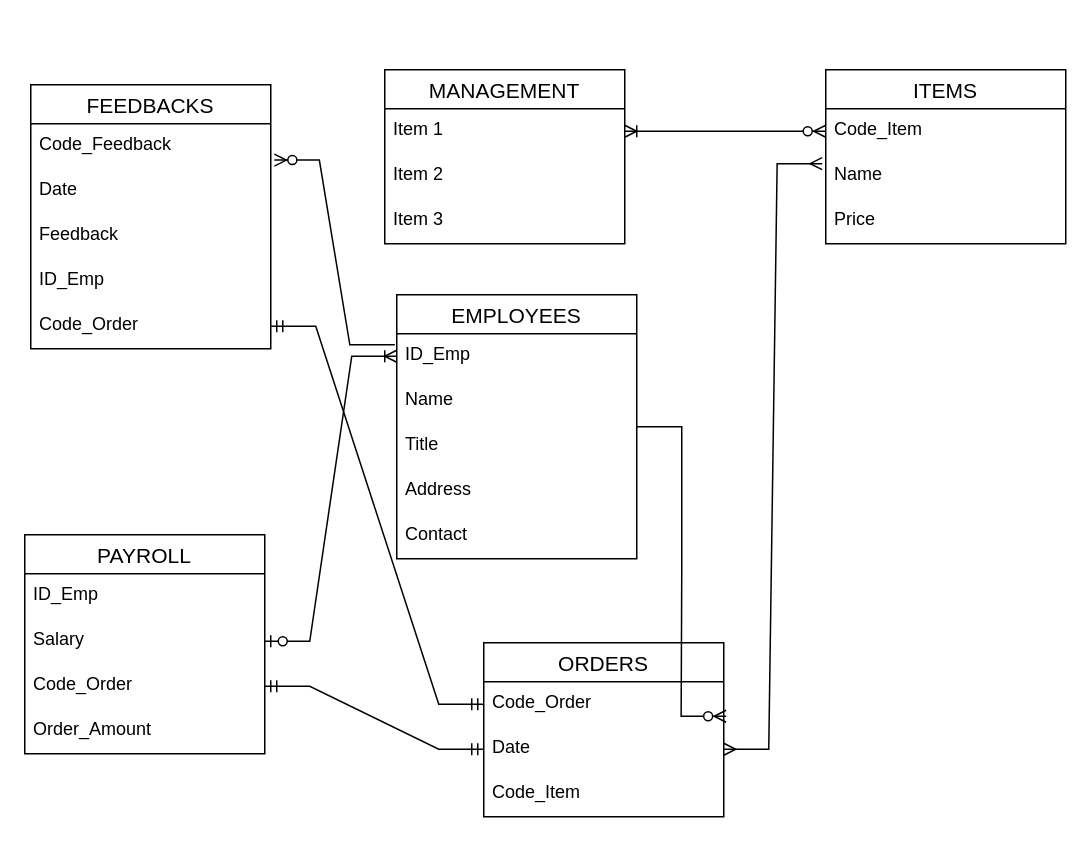
Above: page "ER Diagram" (5 of 5) of canteen_management.drawio in ysebega/ysebega (draw.io), before the change. Source tidied: cells renumbered, new cells numbered last; positions are measured from the earlier drawing's top-left corner, leaving out a move shared by most shapes. Both pictures are drawn from the tidied source at 150%, with x=0, y=0 at pixel (24, 69).
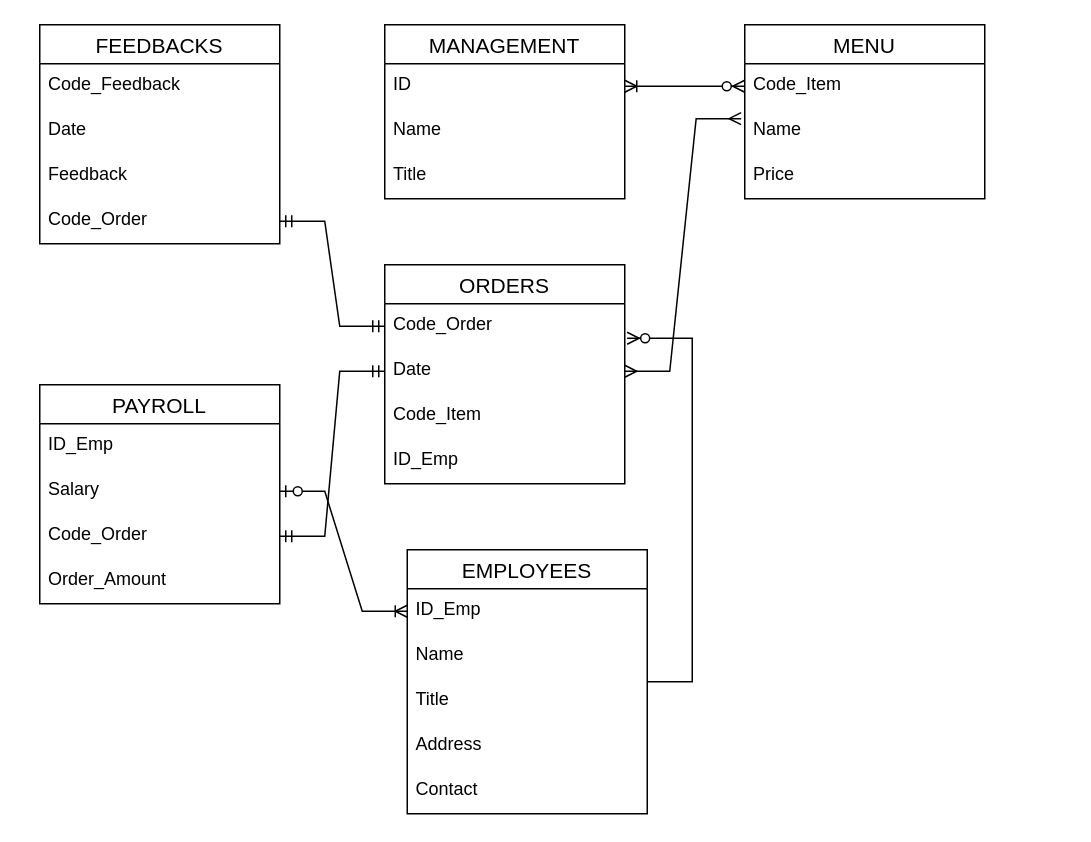
Above is the later version.

Unchanged cells that the change refers to:
```xml
<mxCell id="3" value="ID_Emp" style="text;strokeColor=none;fillColor=none;spacingLeft=4;spacingRight=4;overflow=hidden;points=[[0,0.5],[1,0.5]];portConstraint=eastwest;fontSize=12;" parent="2" vertex="1">
  <mxGeometry y="26" width="160" height="30" as="geometry" />
</mxCell>
<mxCell id="17" value="Code_Feedback" style="text;strokeColor=none;fillColor=none;spacingLeft=4;spacingRight=4;overflow=hidden;points=[[0,0.5],[1,0.5]];portConstraint=eastwest;fontSize=12;" parent="16" vertex="1">
  <mxGeometry y="26" width="160" height="30" as="geometry" />
</mxCell>
```

What changed in the source:
```diff
@@
     <mxCell id="2" value="EMPLOYEES" style="swimlane;fontStyle=0;horizontal=1;startSize=26;align=center;fontSize=14;" parent="1" vertex="1">
-      <mxGeometry x="248" y="150" width="160" height="176" as="geometry" />
+      <mxGeometry x="255" y="320" width="160" height="176" as="geometry" />
     </mxCell>
@@
     <mxCell id="8" value="ORDERS" style="swimlane;fontStyle=0;horizontal=1;startSize=26;align=center;fontSize=14;" parent="1" vertex="1">
-      <mxGeometry x="306" y="382" width="160" height="116" as="geometry" />
+      <mxGeometry x="240" y="130" width="160" height="146" as="geometry" />
     </mxCell>
@@
+    <mxCell id="20" value="ID_Emp" style="text;strokeColor=none;fillColor=none;spacingLeft=4;spacingRight=4;overflow=hidden;fontSize=12;" parent="8" vertex="1">
+      <mxGeometry y="116" width="160" height="30" as="geometry" />
+    </mxCell>
-    <mxCell id="12" value="ITEMS" style="swimlane;fontStyle=0;horizontal=1;startSize=26;align=center;fontSize=14;" parent="1" vertex="1">
-      <mxGeometry x="534" width="160" height="116" as="geometry" />
+    <mxCell id="12" value="MENU" style="swimlane;fontStyle=0;horizontal=1;startSize=26;align=center;fontSize=14;" parent="1" vertex="1">
+      <mxGeometry x="480" y="-30" width="160" height="116" as="geometry" />
     </mxCell>
@@
     <mxCell id="16" value="FEEDBACKS" style="swimlane;fontStyle=0;horizontal=1;startSize=26;align=center;fontSize=14;" parent="1" vertex="1">
-      <mxGeometry x="4" y="10" width="160" height="176" as="geometry" />
+      <mxGeometry x="10" y="-30" width="160" height="146" as="geometry" />
     </mxCell>
@@
-    <mxCell id="20" value="ID_Emp" style="text;strokeColor=none;fillColor=none;spacingLeft=4;spacingRight=4;overflow=hidden;fontSize=12;" parent="16" vertex="1">
-      <mxGeometry y="116" width="160" height="30" as="geometry" />
-    </mxCell>
     <mxCell id="21" value="Code_Order" style="text;strokeColor=none;fillColor=none;spacingLeft=4;spacingRight=4;overflow=hidden;points=[[0,0.5],[1,0.5]];portConstraint=eastwest;fontSize=12;" parent="16" vertex="1">
-      <mxGeometry y="146" width="160" height="30" as="geometry" />
+      <mxGeometry y="116" width="160" height="30" as="geometry" />
     </mxCell>
     <mxCell id="22" value="MANAGEMENT" style="swimlane;fontStyle=0;horizontal=1;startSize=26;align=center;fontSize=14;" parent="1" vertex="1">
-      <mxGeometry x="240" width="160" height="116" as="geometry" />
+      <mxGeometry x="240" y="-30" width="160" height="116" as="geometry" />
     </mxCell>
-    <mxCell id="23" value="Item 1" style="text;strokeColor=none;fillColor=none;spacingLeft=4;spacingRight=4;overflow=hidden;points=[[0,0.5],[1,0.5]];portConstraint=eastwest;fontSize=12;" parent="22" vertex="1">
+    <mxCell id="23" value="ID" style="text;strokeColor=none;fillColor=none;spacingLeft=4;spacingRight=4;overflow=hidden;points=[[0,0.5],[1,0.5]];portConstraint=eastwest;fontSize=12;" parent="22" vertex="1">
       <mxGeometry y="26" width="160" height="30" as="geometry" />
     </mxCell>
-    <mxCell id="24" value="Item 2" style="text;strokeColor=none;fillColor=none;spacingLeft=4;spacingRight=4;overflow=hidden;fontSize=12;" parent="22" vertex="1">
+    <mxCell id="24" value="Name" style="text;strokeColor=none;fillColor=none;spacingLeft=4;spacingRight=4;overflow=hidden;fontSize=12;" parent="22" vertex="1">
       <mxGeometry y="56" width="160" height="30" as="geometry" />
     </mxCell>
-    <mxCell id="25" value="Item 3" style="text;strokeColor=none;fillColor=none;spacingLeft=4;spacingRight=4;overflow=hidden;fontSize=12;" parent="22" vertex="1">
+    <mxCell id="25" value="Title" style="text;strokeColor=none;fillColor=none;spacingLeft=4;spacingRight=4;overflow=hidden;fontSize=12;" parent="22" vertex="1">
       <mxGeometry y="86" width="160" height="30" as="geometry" />
     </mxCell>
@@
-    <mxCell id="29" style="edgeStyle=entityRelationEdgeStyle;fontSize=12;html=1;endArrow=ERzeroToMany;endFill=1;rounded=0;exitX=-0.008;exitY=0.247;exitDx=0;exitDy=0;exitPerimeter=0;entryX=1.015;entryY=0.807;entryDx=0;entryDy=0;entryPerimeter=0;" parent="1" edge="1" source="3" target="17">
-      <mxGeometry relative="1" as="geometry" />
-    </mxCell>
@@
     <mxCell id="31" value="PAYROLL" style="swimlane;fontStyle=0;horizontal=1;startSize=26;align=center;fontSize=14;" parent="1" vertex="1">
-      <mxGeometry y="310" width="160" height="146" as="geometry" />
+      <mxGeometry x="10" y="210" width="160" height="146" as="geometry" />
     </mxCell>
```
